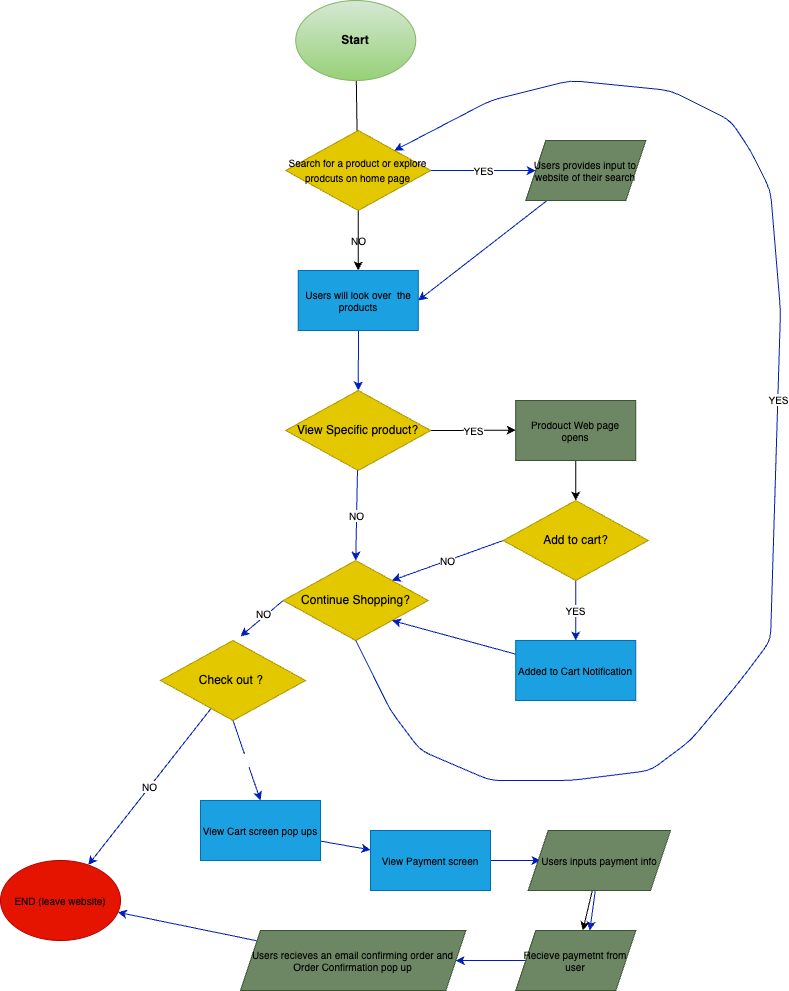
This is explore/diagramming/diagram.drawio.png from ulises0516/sp24-cse110-lab4-, a draw.io export, as it was before one commit. Source tidied: cells renumbered, new cells last; positions are measured from the earlier drawing's top-left corner, leaving out a move shared by most shapes.
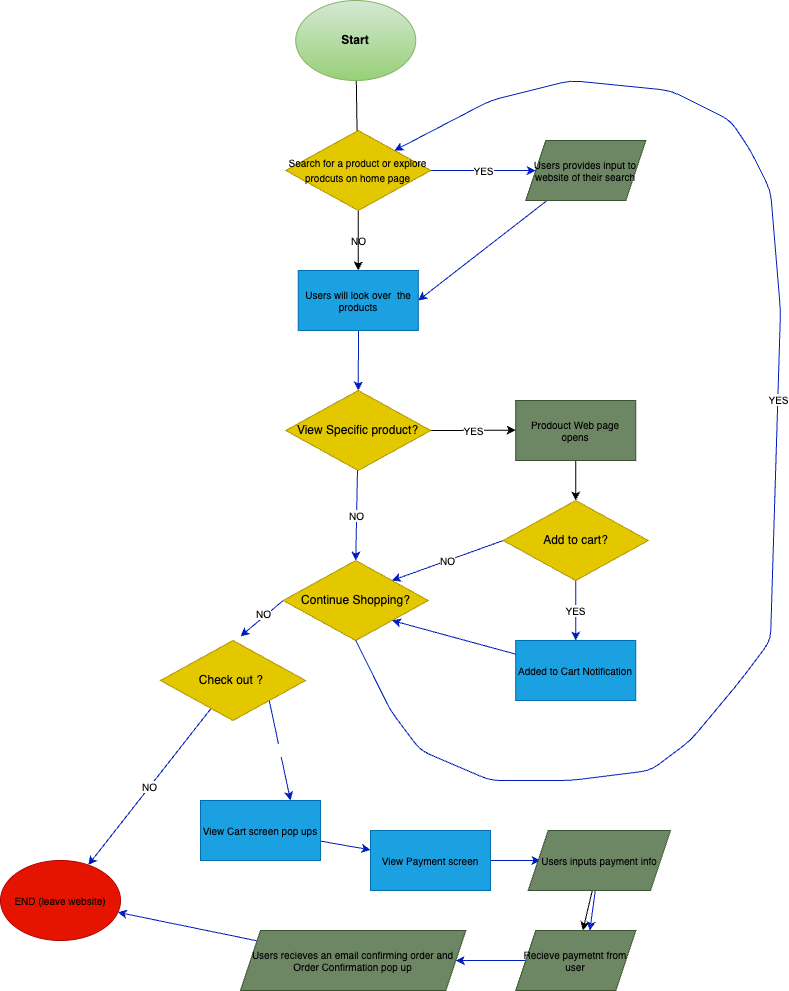
After the change.

Change to the diagram source:
```diff
@@ -82,7 +82,7 @@
     <mxCell id="25" value="NO" style="edgeStyle=none;html=1;fontSize=10;fillColor=#0050ef;strokeColor=#001DBC;" parent="1" edge="1" source="27" target="30">
       <mxGeometry relative="1" as="geometry" />
     </mxCell>
-    <mxCell id="26" value="&lt;font color=&quot;#ffffff&quot;&gt;YES&lt;/font&gt;" style="edgeStyle=none;html=1;exitX=0.5;exitY=1;exitDx=0;exitDy=0;entryX=0.5;entryY=0;entryDx=0;entryDy=0;fontColor=#E6E6E6;fillColor=#0050ef;strokeColor=#001DBC;" parent="1" edge="1" source="27" target="32">
+    <mxCell id="26" value="YES&lt;br&gt;" style="edgeStyle=none;html=1;exitX=1;exitY=1;exitDx=0;exitDy=0;entryX=0.75;entryY=0;entryDx=0;entryDy=0;fontColor=#FFFFFF;fillColor=#0050ef;strokeColor=#001DBC;" parent="1" edge="1" source="27" target="32">
       <mxGeometry relative="1" as="geometry" />
     </mxCell>
     <mxCell id="27" value="Check out ?&amp;nbsp;" style="rhombus;whiteSpace=wrap;html=1;rotation=0;fillColor=#e3c800;fontColor=#000000;strokeColor=#B09500;" parent="1" vertex="1">
```
